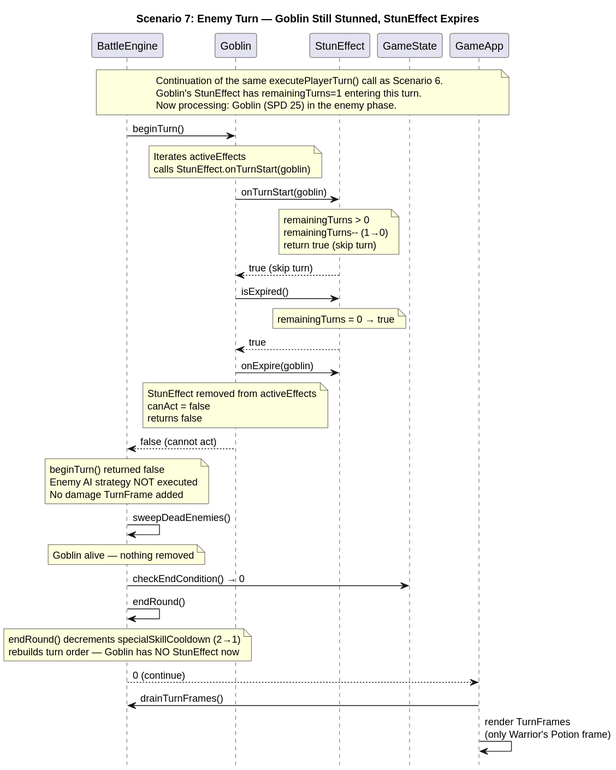
Before: newdiag/sequence/Sequence_7.svg, a diagram exported from PlantUML (YongzhangLiu/sc2002-combat-arena).
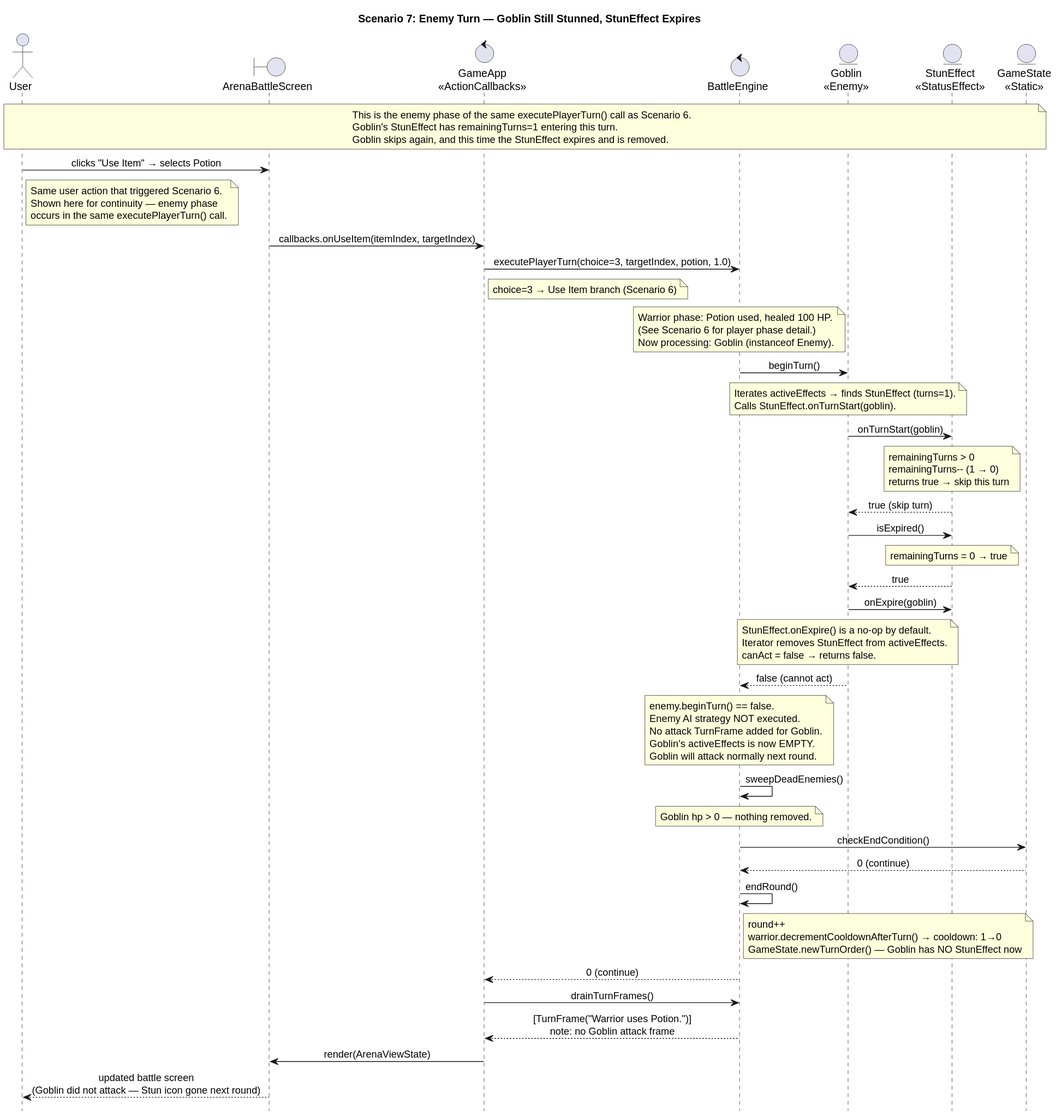
The same diagram one commit later.

The edit, as a diff of the source:
```diff
@@ -2,22 +2,51 @@
 hide footbox
 title Scenario 7: Enemy Turn — Goblin Still Stunned, StunEffect Expires
 
-participant "BattleEngine" as Engine
-participant "Goblin" as Goblin
-participant "StunEffect" as Stun
-participant "GameState" as State
-participant "GameApp" as App
+skinparam sequenceMessageAlign center
+skinparam responseMessageBelowArrow true
 
-note over Engine, App
-  Continuation of the same executePlayerTurn() call as Scenario 6.
+actor       "User"                         as User
+boundary    "ArenaBattleScreen"            as Screen
+control     "GameApp\n<<ActionCallbacks>>" as App
+control     "BattleEngine"                 as Engine
+entity      "Goblin\n<<Enemy>>"            as Goblin
+entity      "StunEffect\n<<StatusEffect>>" as Stun
+entity      "GameState\n<<Static>>"        as State
+
+note over User, State
+  This is the enemy phase of the same executePlayerTurn() call as Scenario 6.
   Goblin's StunEffect has remainingTurns=1 entering this turn.
-  Now processing: Goblin (SPD 25) in the enemy phase.
+  Goblin skips again, and this time the StunEffect expires and is removed.
+end note
+
+User -> Screen : clicks "Use Item" → selects Potion
+note right of User
+  Same user action that triggered Scenario 6.
+  Shown here for continuity — enemy phase
+  occurs in the same executePlayerTurn() call.
+end note
+
+Screen -> App : callbacks.onUseItem(itemIndex, targetIndex)
+App -> Engine : executePlayerTurn(choice=3, targetIndex, potion, 1.0)
+note right of App : choice=3 → Use Item branch (Scenario 6)
+
+note over Engine
+  Warrior phase: Potion used, healed 100 HP.
+  (See Scenario 6 for player phase detail.)
+  Now processing: Goblin (instanceof Enemy).
 end note
 
 Engine -> Goblin : beginTurn()
-note over Goblin : Iterates activeEffects\ncalls StunEffect.onTurnStart(goblin)
+note over Goblin
+  Iterates activeEffects → finds StunEffect (turns=1).
+  Calls StunEffect.onTurnStart(goblin).
+end note
 Goblin -> Stun : onTurnStart(goblin)
-note over Stun : remainingTurns > 0\nremainingTurns-- (1→0)\nreturn true (skip turn)
+note over Stun
+  remainingTurns > 0
+  remainingTurns-- (1 → 0)
+  returns true → skip this turn
+end note
 Stun --> Goblin : true (skip turn)
 
 Goblin -> Stun : isExpired()
@@ -25,19 +54,36 @@
 Stun --> Goblin : true
 
 Goblin -> Stun : onExpire(goblin)
-note over Goblin : StunEffect removed from activeEffects\ncanAct = false\nreturns false
+note over Goblin
+  StunEffect.onExpire() is a no-op by default.
+  Iterator removes StunEffect from activeEffects.
+  canAct = false → returns false.
+end note
 Goblin --> Engine : false (cannot act)
 
-note over Engine : beginTurn() returned false\nEnemy AI strategy NOT executed\nNo damage TurnFrame added
+note over Engine
+  enemy.beginTurn() == false.
+  Enemy AI strategy NOT executed.
+  No attack TurnFrame added for Goblin.
+  Goblin's activeEffects is now EMPTY.
+  Goblin will attack normally next round.
+end note
 
 Engine -> Engine : sweepDeadEnemies()
-note over Engine : Goblin alive — nothing removed
+note over Engine : Goblin hp > 0 — nothing removed.
 
-Engine -> State : checkEndCondition() → 0
+Engine -> State : checkEndCondition()
+State --> Engine : 0 (continue)
 Engine -> Engine : endRound()
-note over Engine : endRound() decrements specialSkillCooldown (2→1)\nrebuilds turn order — Goblin has NO StunEffect now
+note right of Engine
+  round++
+  warrior.decrementCooldownAfterTurn() → cooldown: 1→0
+  GameState.newTurnOrder() — Goblin has NO StunEffect now
+end note
+Engine --> App : 0 (continue)
 
-Engine --> App : 0 (continue)
 App -> Engine : drainTurnFrames()
-App -> App : render TurnFrames\n(only Warrior's Potion frame)
+Engine --> App : [TurnFrame("Warrior uses Potion.")]\nnote: no Goblin attack frame
+App -> Screen : render(ArenaViewState)
+Screen --> User : updated battle screen\n(Goblin did not attack — Stun icon gone next round)
 @enduml
```
